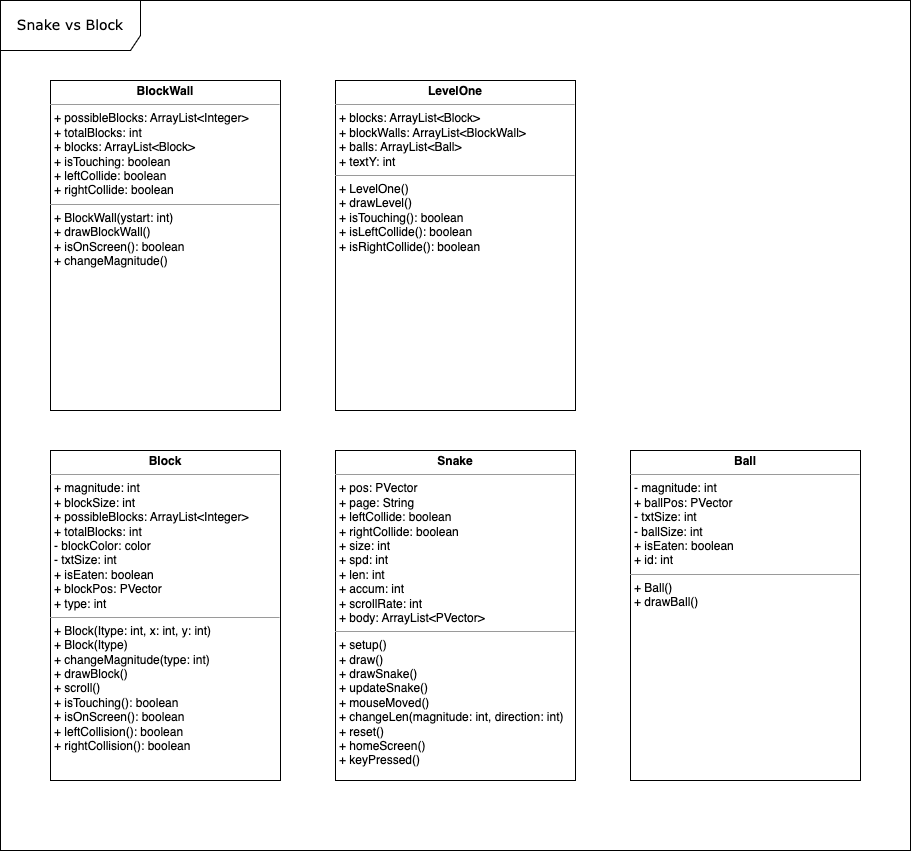
Before: ouruml.png, a diagram exported from draw.io (madeline-lei/final_project). Source tidied: cells renumbered, new cells last; positions are measured from the earlier drawing's top-left corner, leaving out a move shared by most shapes.
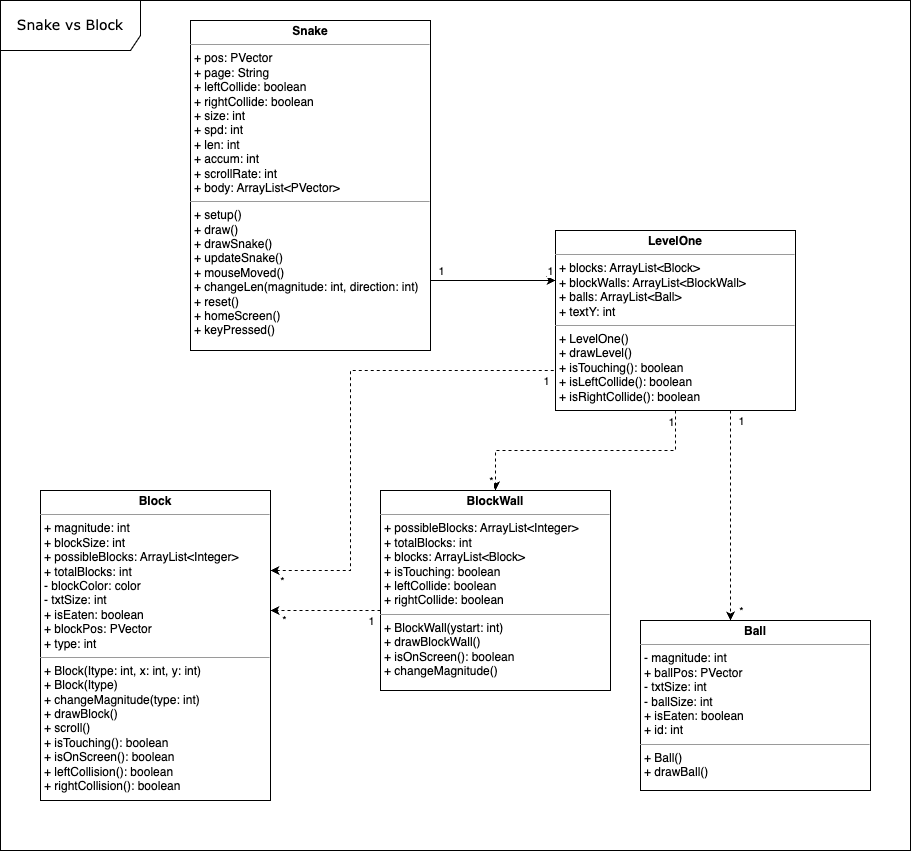
The same file after the commit.

Change to the diagram source:
```diff
@@ -3,22 +3,108 @@
     <mxCell id="0" />
     <mxCell id="1" parent="0" />
     <mxCell id="2" value="&lt;font style=&quot;font-size: 14px;&quot;&gt;Snake vs Block&lt;/font&gt;" style="shape=umlFrame;whiteSpace=wrap;html=1;rounded=0;shadow=0;comic=0;labelBackgroundColor=none;strokeWidth=1;fontFamily=Verdana;fontSize=10;align=center;width=140;height=50;" parent="1" vertex="1">
-      <mxGeometry width="910" height="850" as="geometry" />
+      <mxGeometry x="30" y="-40" width="910" height="850" as="geometry" />
     </mxCell>
     <mxCell id="3" value="&lt;p style=&quot;margin:0px;margin-top:4px;text-align:center;&quot;&gt;&lt;b&gt;Snake&lt;/b&gt;&lt;/p&gt;&lt;hr size=&quot;1&quot;&gt;&lt;p style=&quot;margin:0px;margin-left:4px;&quot;&gt;+ pos: PVector&lt;/p&gt;&lt;p style=&quot;margin:0px;margin-left:4px;&quot;&gt;+ page: String&lt;/p&gt;&lt;p style=&quot;margin:0px;margin-left:4px;&quot;&gt;+ leftCollide: boolean&lt;/p&gt;&lt;p style=&quot;border-color: var(--border-color); margin: 0px 0px 0px 4px;&quot;&gt;+ rightCollide: boolean&lt;/p&gt;&lt;p style=&quot;margin:0px;margin-left:4px;&quot;&gt;+ size: int&lt;/p&gt;&lt;p style=&quot;margin:0px;margin-left:4px;&quot;&gt;+ spd: int&lt;/p&gt;&lt;p style=&quot;margin:0px;margin-left:4px;&quot;&gt;+ len: int&lt;/p&gt;&lt;p style=&quot;margin:0px;margin-left:4px;&quot;&gt;+ accum: int&lt;/p&gt;&lt;p style=&quot;margin:0px;margin-left:4px;&quot;&gt;+ scrollRate: int&lt;/p&gt;&lt;p style=&quot;margin:0px;margin-left:4px;&quot;&gt;&lt;/p&gt;&lt;p style=&quot;margin:0px;margin-left:4px;&quot;&gt;+ body: ArrayList&amp;lt;PVector&amp;gt;&lt;/p&gt;&lt;hr size=&quot;1&quot;&gt;&lt;p style=&quot;margin:0px;margin-left:4px;&quot;&gt;+ setup()&lt;/p&gt;&lt;p style=&quot;margin:0px;margin-left:4px;&quot;&gt;+ draw()&lt;/p&gt;&lt;p style=&quot;margin:0px;margin-left:4px;&quot;&gt;+ drawSnake()&lt;/p&gt;&lt;p style=&quot;margin:0px;margin-left:4px;&quot;&gt;+ updateSnake()&lt;/p&gt;&lt;p style=&quot;margin:0px;margin-left:4px;&quot;&gt;+ mouseMoved()&lt;/p&gt;&lt;p style=&quot;margin:0px;margin-left:4px;&quot;&gt;+ changeLen(magnitude: int, direction: int)&lt;/p&gt;&lt;p style=&quot;margin:0px;margin-left:4px;&quot;&gt;+ reset()&lt;/p&gt;&lt;p style=&quot;margin:0px;margin-left:4px;&quot;&gt;+ homeScreen()&lt;/p&gt;&lt;p style=&quot;margin:0px;margin-left:4px;&quot;&gt;+ keyPressed()&lt;/p&gt;" style="verticalAlign=top;align=left;overflow=fill;fontSize=12;fontFamily=Helvetica;html=1;rounded=0;shadow=0;comic=0;labelBackgroundColor=none;strokeWidth=1;" parent="1" vertex="1">
-      <mxGeometry x="335" y="450" width="240" height="330" as="geometry" />
+      <mxGeometry x="220" y="-20" width="240" height="330" as="geometry" />
     </mxCell>
+    <mxCell id="8" style="edgeStyle=orthogonalEdgeStyle;rounded=0;jettySize=auto;html=1;entryX=0;entryY=0.75;entryDx=0;entryDy=0;startArrow=classic;startFill=1;endArrow=none;endFill=0;dashed=1;" parent="1" edge="1" source="4" target="6">
+      <mxGeometry relative="1" as="geometry">
+        <Array as="points">
+          <mxPoint x="380" y="530" />
+          <mxPoint x="380" y="330" />
+          <mxPoint x="585" y="330" />
+        </Array>
+      </mxGeometry>
+    </mxCell>
+    <mxCell id="9" value="*" style="edgeLabel;html=1;align=center;verticalAlign=middle;" parent="8" vertex="1">
+      <mxGeometry x="-0.93" relative="1" as="geometry">
+        <mxPoint x="-7" y="10" as="offset" />
+      </mxGeometry>
+    </mxCell>
+    <mxCell id="10" value="1" style="edgeLabel;html=1;align=center;verticalAlign=middle;" parent="8" vertex="1">
+      <mxGeometry x="0.94" relative="1" as="geometry">
+        <mxPoint y="10" as="offset" />
+      </mxGeometry>
+    </mxCell>
     <mxCell id="4" value="&lt;p style=&quot;margin:0px;margin-top:4px;text-align:center;&quot;&gt;&lt;b&gt;Block&lt;/b&gt;&lt;/p&gt;&lt;hr size=&quot;1&quot;&gt;&lt;p style=&quot;margin:0px;margin-left:4px;&quot;&gt;+ magnitude: int&lt;/p&gt;&lt;p style=&quot;margin:0px;margin-left:4px;&quot;&gt;+ blockSize: int&lt;/p&gt;&lt;p style=&quot;margin:0px;margin-left:4px;&quot;&gt;&lt;span style=&quot;background-color: initial;&quot;&gt;+ possibleBlocks: ArrayList&amp;lt;Integer&amp;gt;&lt;/span&gt;&lt;br&gt;&lt;/p&gt;&lt;p style=&quot;margin:0px;margin-left:4px;&quot;&gt;&lt;span style=&quot;background-color: initial;&quot;&gt;+ totalBlocks: int&lt;/span&gt;&lt;/p&gt;&lt;p style=&quot;margin:0px;margin-left:4px;&quot;&gt;- blockColor: color&lt;/p&gt;&lt;p style=&quot;margin:0px;margin-left:4px;&quot;&gt;- txtSize: int&lt;/p&gt;&lt;p style=&quot;margin:0px;margin-left:4px;&quot;&gt;+ isEaten: boolean&lt;/p&gt;&lt;p style=&quot;margin:0px;margin-left:4px;&quot;&gt;+ blockPos: PVector&lt;br&gt;&lt;/p&gt;&lt;p style=&quot;margin:0px;margin-left:4px;&quot;&gt;&lt;span style=&quot;background-color: initial;&quot;&gt;+ type: int&lt;/span&gt;&lt;br&gt;&lt;/p&gt;&lt;hr size=&quot;1&quot;&gt;&lt;p style=&quot;margin:0px;margin-left:4px;&quot;&gt;+ Block(Itype: int, x: int, y: int)&lt;/p&gt;&lt;p style=&quot;margin:0px;margin-left:4px;&quot;&gt;+ Block(Itype)&lt;/p&gt;&lt;p style=&quot;margin:0px;margin-left:4px;&quot;&gt;+ changeMagnitude(type: int)&lt;/p&gt;&lt;p style=&quot;margin:0px;margin-left:4px;&quot;&gt;+ drawBlock()&lt;/p&gt;&lt;p style=&quot;margin:0px;margin-left:4px;&quot;&gt;+ scroll()&lt;/p&gt;&lt;p style=&quot;margin:0px;margin-left:4px;&quot;&gt;+ isTouching(): boolean&lt;/p&gt;&lt;p style=&quot;margin:0px;margin-left:4px;&quot;&gt;+ isOnScreen(): boolean&lt;br&gt;+ leftCollision(): boolean&lt;/p&gt;&lt;p style=&quot;margin:0px;margin-left:4px;&quot;&gt;+ rightCollision(): boolean&lt;br&gt;&lt;/p&gt;" style="verticalAlign=top;align=left;overflow=fill;fontSize=12;fontFamily=Helvetica;html=1;rounded=0;shadow=0;comic=0;labelBackgroundColor=none;strokeWidth=1;" parent="1" vertex="1">
-      <mxGeometry x="50" y="450" width="230" height="330" as="geometry" />
+      <mxGeometry x="70" y="450" width="230" height="310" as="geometry" />
     </mxCell>
     <mxCell id="5" value="&lt;p style=&quot;margin:0px;margin-top:4px;text-align:center;&quot;&gt;&lt;b&gt;Ball&lt;/b&gt;&lt;/p&gt;&lt;hr size=&quot;1&quot;&gt;&lt;p style=&quot;margin:0px;margin-left:4px;&quot;&gt;- magnitude: int&lt;/p&gt;&lt;p style=&quot;margin:0px;margin-left:4px;&quot;&gt;+ ballPos: PVector&lt;/p&gt;&lt;p style=&quot;margin:0px;margin-left:4px;&quot;&gt;- txtSize: int&lt;/p&gt;&lt;p style=&quot;margin:0px;margin-left:4px;&quot;&gt;- ballSize: int&lt;/p&gt;&lt;p style=&quot;margin:0px;margin-left:4px;&quot;&gt;+ isEaten: boolean&lt;/p&gt;&lt;p style=&quot;margin:0px;margin-left:4px;&quot;&gt;+ id: int&lt;br&gt;&lt;/p&gt;&lt;hr size=&quot;1&quot;&gt;&lt;p style=&quot;margin:0px;margin-left:4px;&quot;&gt;+ Ball()&lt;/p&gt;&lt;p style=&quot;margin:0px;margin-left:4px;&quot;&gt;+ drawBall()&lt;br&gt;&lt;/p&gt;" style="verticalAlign=top;align=left;overflow=fill;fontSize=12;fontFamily=Helvetica;html=1;rounded=0;shadow=0;comic=0;labelBackgroundColor=none;strokeWidth=1;" parent="1" vertex="1">
-      <mxGeometry x="630" y="450" width="230" height="330" as="geometry" />
+      <mxGeometry x="670" y="580" width="230" height="170" as="geometry" />
     </mxCell>
+    <mxCell id="11" style="edgeStyle=orthogonalEdgeStyle;rounded=0;jettySize=auto;html=1;dashed=1;" parent="1" edge="1" source="6" target="7">
+      <mxGeometry relative="1" as="geometry" />
+    </mxCell>
+    <mxCell id="12" value="1" style="edgeLabel;html=1;align=center;verticalAlign=middle;" parent="11" vertex="1">
+      <mxGeometry x="-0.77" y="3" relative="1" as="geometry">
+        <mxPoint x="-8" y="-19" as="offset" />
+      </mxGeometry>
+    </mxCell>
+    <mxCell id="13" value="*" style="edgeLabel;html=1;align=center;verticalAlign=middle;" parent="11" vertex="1">
+      <mxGeometry x="0.32" y="4" relative="1" as="geometry">
+        <mxPoint x="-53" y="26" as="offset" />
+      </mxGeometry>
+    </mxCell>
+    <mxCell id="14" style="edgeStyle=orthogonalEdgeStyle;rounded=0;jettySize=auto;html=1;dashed=1;" parent="1" edge="1" source="6" target="5">
+      <mxGeometry x="-0.05" y="10" relative="1" as="geometry">
+        <Array as="points">
+          <mxPoint x="760" y="510" />
+          <mxPoint x="760" y="510" />
+        </Array>
+      </mxGeometry>
+    </mxCell>
+    <mxCell id="15" value="1" style="edgeLabel;html=1;align=center;verticalAlign=middle;" parent="14" vertex="1">
+      <mxGeometry x="-0.9" y="1" relative="1" as="geometry">
+        <mxPoint x="9" as="offset" />
+      </mxGeometry>
+    </mxCell>
+    <mxCell id="16" value="*" style="edgeLabel;html=1;align=center;verticalAlign=middle;" parent="14" vertex="1">
+      <mxGeometry x="0.84" y="1" relative="1" as="geometry">
+        <mxPoint x="9" y="7" as="offset" />
+      </mxGeometry>
+    </mxCell>
+    <mxCell id="17" style="edgeStyle=orthogonalEdgeStyle;rounded=0;jettySize=auto;html=1;endArrow=none;endFill=0;startArrow=classic;startFill=1;" parent="1" edge="1" source="6" target="3">
+      <mxGeometry x="0.04" y="-20" relative="1" as="geometry">
+        <Array as="points">
+          <mxPoint x="530" y="240" />
+          <mxPoint x="530" y="240" />
+        </Array>
+      </mxGeometry>
+    </mxCell>
+    <mxCell id="18" value="1" style="edgeLabel;html=1;align=center;verticalAlign=middle;" parent="17" vertex="1">
+      <mxGeometry x="0.83" y="-1" relative="1" as="geometry">
+        <mxPoint y="-9" as="offset" />
+      </mxGeometry>
+    </mxCell>
+    <mxCell id="19" value="1" style="edgeLabel;html=1;align=center;verticalAlign=middle;" parent="17" vertex="1">
+      <mxGeometry x="-0.7" y="-1" relative="1" as="geometry">
+        <mxPoint x="14" y="-9" as="offset" />
+      </mxGeometry>
+    </mxCell>
     <mxCell id="6" value="&lt;p style=&quot;margin:0px;margin-top:4px;text-align:center;&quot;&gt;&lt;b&gt;LevelOne&lt;/b&gt;&lt;/p&gt;&lt;hr size=&quot;1&quot;&gt;&lt;p style=&quot;margin:0px;margin-left:4px;&quot;&gt;&lt;span style=&quot;background-color: initial;&quot;&gt;+ blocks: ArrayList&amp;lt;Block&amp;gt;&lt;/span&gt;&lt;br&gt;&lt;/p&gt;&lt;p style=&quot;margin:0px;margin-left:4px;&quot;&gt;+ blockWalls: ArrayList&amp;lt;BlockWall&amp;gt;&lt;/p&gt;&lt;p style=&quot;border-color: var(--border-color); margin: 0px 0px 0px 4px;&quot;&gt;+ balls: ArrayList&amp;lt;Ball&amp;gt;&lt;/p&gt;&lt;p style=&quot;border-color: var(--border-color); margin: 0px 0px 0px 4px;&quot;&gt;+ textY: int&lt;/p&gt;&lt;hr size=&quot;1&quot;&gt;&lt;p style=&quot;margin:0px;margin-left:4px;&quot;&gt;+ LevelOne()&lt;/p&gt;&lt;p style=&quot;margin:0px;margin-left:4px;&quot;&gt;+ drawLevel()&lt;/p&gt;&lt;p style=&quot;margin:0px;margin-left:4px;&quot;&gt;+ isTouching(): boolean&lt;/p&gt;&lt;p style=&quot;border-color: var(--border-color); margin: 0px 0px 0px 4px;&quot;&gt;+ isLeftCollide(): boolean&lt;/p&gt;&lt;p style=&quot;border-color: var(--border-color); margin: 0px 0px 0px 4px;&quot;&gt;+ isRightCollide(): boolean&lt;/p&gt;" style="verticalAlign=top;align=left;overflow=fill;fontSize=12;fontFamily=Helvetica;html=1;rounded=0;shadow=0;comic=0;labelBackgroundColor=none;strokeWidth=1;" parent="1" vertex="1">
-      <mxGeometry x="335" y="80" width="240" height="330" as="geometry" />
+      <mxGeometry x="585" y="190" width="240" height="180" as="geometry" />
     </mxCell>
+    <mxCell id="20" style="edgeStyle=orthogonalEdgeStyle;rounded=0;jettySize=auto;html=1;dashed=1;" parent="1" edge="1" source="7" target="4">
+      <mxGeometry relative="1" as="geometry">
+        <Array as="points">
+          <mxPoint x="360" y="570" />
+          <mxPoint x="360" y="570" />
+        </Array>
+      </mxGeometry>
+    </mxCell>
+    <mxCell id="21" value="*" style="edgeLabel;html=1;align=center;verticalAlign=middle;" parent="20" vertex="1">
+      <mxGeometry x="-0.7" y="-1" relative="1" as="geometry">
+        <mxPoint x="-80" y="10" as="offset" />
+      </mxGeometry>
+    </mxCell>
+    <mxCell id="22" value="1" style="edgeLabel;html=1;align=center;verticalAlign=middle;" parent="20" vertex="1">
+      <mxGeometry x="-0.83" y="1" relative="1" as="geometry">
+        <mxPoint y="9" as="offset" />
+      </mxGeometry>
+    </mxCell>
     <mxCell id="7" value="&lt;p style=&quot;margin:0px;margin-top:4px;text-align:center;&quot;&gt;&lt;b&gt;BlockWall&lt;/b&gt;&lt;/p&gt;&lt;hr size=&quot;1&quot;&gt;&lt;p style=&quot;margin:0px;margin-left:4px;&quot;&gt;+ possibleBlocks: ArrayList&amp;lt;Integer&amp;gt;&lt;/p&gt;&lt;p style=&quot;margin:0px;margin-left:4px;&quot;&gt;+ totalBlocks: int&lt;/p&gt;&lt;p style=&quot;margin:0px;margin-left:4px;&quot;&gt;+ blocks: ArrayList&amp;lt;Block&amp;gt;&lt;/p&gt;&lt;p style=&quot;margin:0px;margin-left:4px;&quot;&gt;+ isTouching: boolean&lt;/p&gt;&lt;p style=&quot;margin:0px;margin-left:4px;&quot;&gt;+ leftCollide: boolean&lt;br&gt;+ rightCollide: boolean&lt;/p&gt;&lt;hr size=&quot;1&quot;&gt;&lt;p style=&quot;margin:0px;margin-left:4px;&quot;&gt;+ BlockWall(ystart: int)&lt;/p&gt;&lt;p style=&quot;margin:0px;margin-left:4px;&quot;&gt;+ drawBlockWall()&lt;/p&gt;&lt;p style=&quot;margin:0px;margin-left:4px;&quot;&gt;+ isOnScreen(): boolean&lt;/p&gt;&lt;p style=&quot;margin:0px;margin-left:4px;&quot;&gt;+ changeMagnitude()&lt;/p&gt;" style="verticalAlign=top;align=left;overflow=fill;fontSize=12;fontFamily=Helvetica;html=1;rounded=0;shadow=0;comic=0;labelBackgroundColor=none;strokeWidth=1;" parent="1" vertex="1">
-      <mxGeometry x="50" y="80" width="230" height="330" as="geometry" />
+      <mxGeometry x="410" y="450" width="230" height="200" as="geometry" />
     </mxCell>
   </root>
 </mxGraphModel>
```
